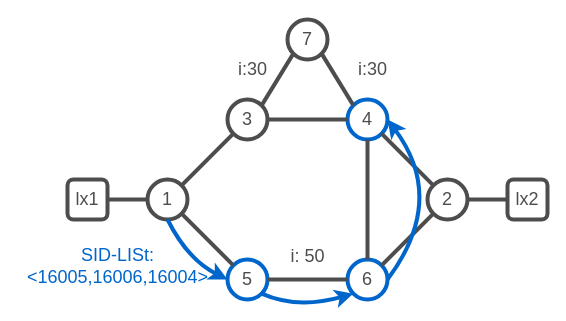
This is page "3" (3 of 13) of images/lab-topologies.drawio from IntuitiveSoft-net/sr-lab, a draw.io file, before an edit. Source tidied: cells renumbered, new cells numbered last; positions are measured from the earlier drawing's top-left corner, leaving out a move shared by most shapes. Both pictures are drawn from the tidied source at 100%, with x=0, y=0 at pixel (17, 19).
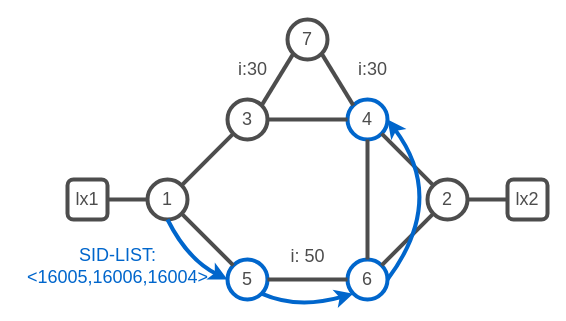
The same diagram, later.

Change to the diagram source:
```diff
@@
-    <mxCell id="24" value="&lt;font color=&quot;#0066cc&quot;&gt;SID-LISt: &lt;br&gt;&amp;lt;16005,16006,16004&amp;gt;&lt;/font&gt;" style="text;html=1;align=center;verticalAlign=middle;strokeColor=none;fillColor=none;fontSize=18;fontColor=#4D4D4D;" parent="1" vertex="1">
+    <mxCell id="24" value="&lt;font color=&quot;#0066cc&quot;&gt;SID-LIST: &lt;br&gt;&amp;lt;16005,16006,16004&amp;gt;&lt;/font&gt;" style="text;html=1;align=center;verticalAlign=middle;strokeColor=none;fillColor=none;fontSize=18;fontColor=#4D4D4D;" parent="1" vertex="1">
       <mxGeometry y="217" width="200" height="60" as="geometry" />
     </mxCell>
```
